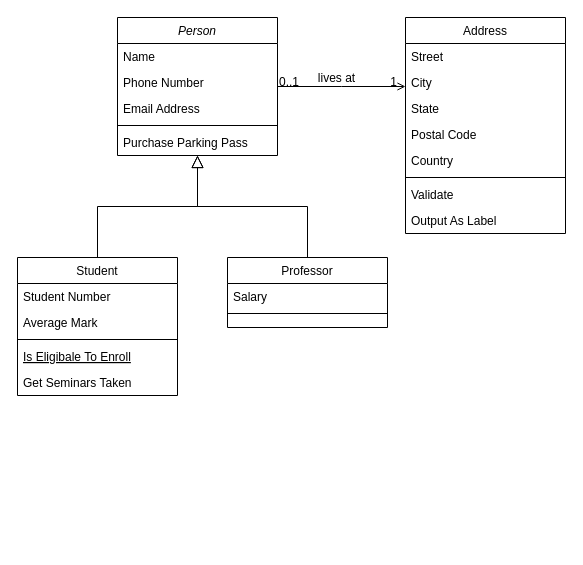
imsjz/learngit keeps this draw.io diagram as Untitled Diagram.drawio. Above is the earlier version. Source tidied: cells renumbered, new cells numbered last; positions are measured from the earlier drawing's top-left corner, leaving out a move shared by most shapes. Both pictures are drawn from the tidied source at 100%, with x=0, y=0 at pixel (17, 17).
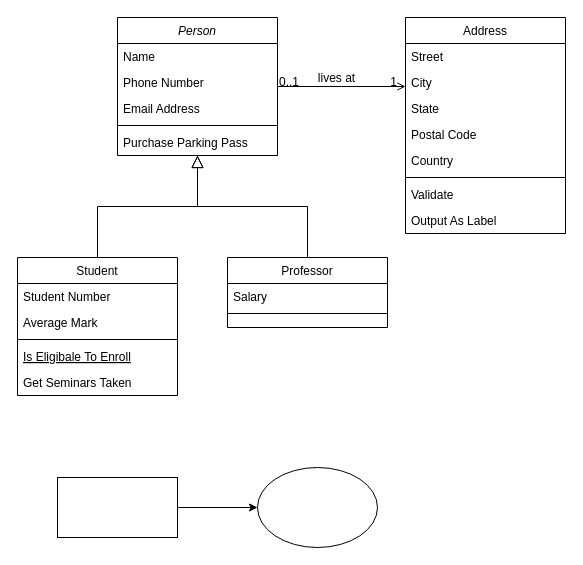
Above is the later version.

Diff of the diagram source:
```diff
@@
+    <mxCell id="32" style="edgeStyle=orthogonalEdgeStyle;rounded=0;jettySize=auto;html=1;" parent="1" edge="1" source="33" target="34">
+      <mxGeometry relative="1" as="geometry" />
+    </mxCell>
+    <mxCell id="33" style="rounded=0;whiteSpace=wrap;html=1;" parent="1" vertex="1">
+      <mxGeometry x="40" y="460" width="120" height="60" as="geometry" />
+    </mxCell>
+    <mxCell id="34" style="ellipse;whiteSpace=wrap;html=1;rounded=0;" parent="1" vertex="1">
+      <mxGeometry x="240" y="450" width="120" height="80" as="geometry" />
+    </mxCell>
```
